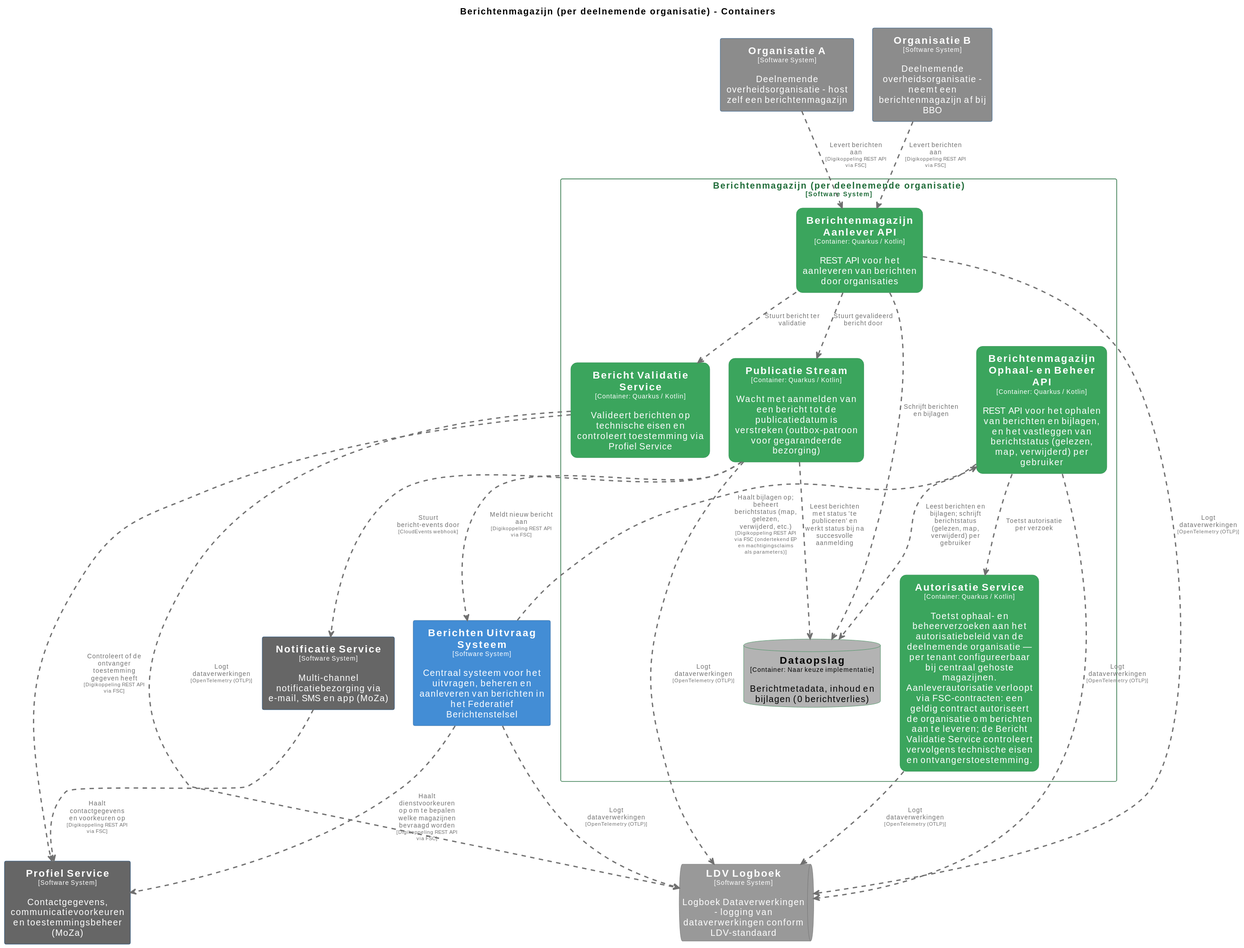
The PlantUML diagram pr-preview/pr-22/master/svg/BerichtenmagazijnContainers.svg in MinBZK/moza-poc-fbs-berichtenbox, before a commit. Its source is kept beside it as pr-preview/pr-22/master/puml/BerichtenmagazijnContainers.puml.
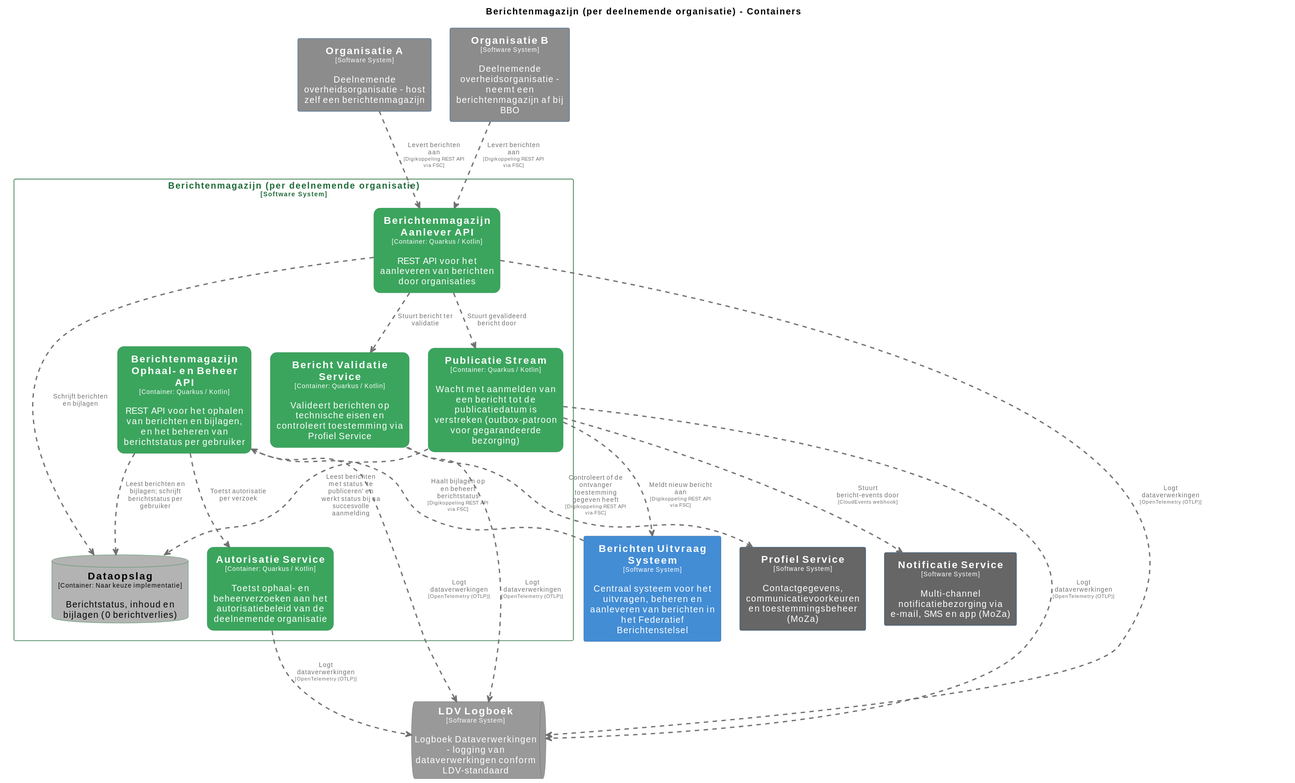
Later version of the same file.

Change to the diagram source:
```diff
@@ -106,32 +106,29 @@
 queue "==LDV Logboek\n<size:10>[Software System]</size>\n\nLogboek Dataverwerkingen - logging van dataverwerkingen conform LDV-standaard" <<LDVLogboek>> as LDVLogboek
 
 rectangle "Berichtenmagazijn (per deelnemende organisatie)\n<size:10>[Software System]</size>" <<Berichtenmagazijnperdeelnemendeorganisatie>> {
-  rectangle "==Berichtenmagazijn Ophaal- en Beheer API\n<size:10>[Container: Quarkus / Kotlin]</size>\n\nREST API voor het ophalen van berichten en bijlagen, en het vastleggen van berichtstatus (gelezen, map, verwijderd) per gebruiker" <<Berichtenmagazijnperdeelnemendeorganisatie.BerichtenmagazijnOphaalenBeheerAPI>> as Berichtenmagazijnperdeelnemendeorganisatie.BerichtenmagazijnOphaalenBeheerAPI
+  rectangle "==Berichtenmagazijn Ophaal- en Beheer API\n<size:10>[Container: Quarkus / Kotlin]</size>\n\nREST API voor het ophalen van berichten en bijlagen, en het beheren van berichtstatus per gebruiker" <<Berichtenmagazijnperdeelnemendeorganisatie.BerichtenmagazijnOphaalenBeheerAPI>> as Berichtenmagazijnperdeelnemendeorganisatie.BerichtenmagazijnOphaalenBeheerAPI
   rectangle "==Berichtenmagazijn Aanlever API\n<size:10>[Container: Quarkus / Kotlin]</size>\n\nREST API voor het aanleveren van berichten door organisaties" <<Berichtenmagazijnperdeelnemendeorganisatie.BerichtenmagazijnAanleverAPI>> as Berichtenmagazijnperdeelnemendeorganisatie.BerichtenmagazijnAanleverAPI
-  database "==Dataopslag\n<size:10>[Container: Naar keuze implementatie]</size>\n\nBerichtmetadata, inhoud en bijlagen (0 berichtverlies)" <<Berichtenmagazijnperdeelnemendeorganisatie.Dataopslag>> as Berichtenmagazijnperdeelnemendeorganisatie.Dataopslag
+  database "==Dataopslag\n<size:10>[Container: Naar keuze implementatie]</size>\n\nBerichtstatus, inhoud en bijlagen (0 berichtverlies)" <<Berichtenmagazijnperdeelnemendeorganisatie.Dataopslag>> as Berichtenmagazijnperdeelnemendeorganisatie.Dataopslag
   rectangle "==Bericht Validatie Service\n<size:10>[Container: Quarkus / Kotlin]</size>\n\nValideert berichten op technische eisen en controleert toestemming via Profiel Service" <<Berichtenmagazijnperdeelnemendeorganisatie.BerichtValidatieService>> as Berichtenmagazijnperdeelnemendeorganisatie.BerichtValidatieService
   rectangle "==Publicatie Stream\n<size:10>[Container: Quarkus / Kotlin]</size>\n\nWacht met aanmelden van een bericht tot de publicatiedatum is verstreken (outbox-patroon voor gegarandeerde bezorging)" <<Berichtenmagazijnperdeelnemendeorganisatie.PublicatieStream>> as Berichtenmagazijnperdeelnemendeorganisatie.PublicatieStream
-  rectangle "==Autorisatie Service\n<size:10>[Container: Quarkus / Kotlin]</size>\n\nToetst ophaal- en beheerverzoeken aan het autorisatiebeleid van de deelnemende organisatie — per tenant configureerbaar bij centraal gehoste magazijnen. Aanleverautorisatie verloopt via FSC-contracten: een geldig contract autoriseert de organisatie om berichten aan te leveren; de Bericht Validatie Service controleert vervolgens technische eisen en ontvangerstoestemming." <<Berichtenmagazijnperdeelnemendeorganisatie.AutorisatieService>> as Berichtenmagazijnperdeelnemendeorganisatie.AutorisatieService
+  rectangle "==Autorisatie Service\n<size:10>[Container: Quarkus / Kotlin]</size>\n\nToetst ophaal- en beheerverzoeken aan het autorisatiebeleid van de deelnemende organisatie" <<Berichtenmagazijnperdeelnemendeorganisatie.AutorisatieService>> as Berichtenmagazijnperdeelnemendeorganisatie.AutorisatieService
 }
 
 OrganisatieA .[#707070,thickness=2].> Berichtenmagazijnperdeelnemendeorganisatie.BerichtenmagazijnAanleverAPI : "<color:#707070>Levert berichten aan\n<color:#707070><size:8>[Digikoppeling REST API via FSC]</size>"
 OrganisatieB .[#707070,thickness=2].> Berichtenmagazijnperdeelnemendeorganisatie.BerichtenmagazijnAanleverAPI : "<color:#707070>Levert berichten aan\n<color:#707070><size:8>[Digikoppeling REST API via FSC]</size>"
 Berichtenmagazijnperdeelnemendeorganisatie.BerichtValidatieService .[#707070,thickness=2].> ProfielService : "<color:#707070>Controleert of de ontvanger toestemming gegeven heeft\n<color:#707070><size:8>[Digikoppeling REST API via FSC]</size>"
-BerichtenUitvraagSysteem .[#707070,thickness=2].> ProfielService : "<color:#707070>Haalt dienstvoorkeuren op om te bepalen welke magazijnen bevraagd worden\n<color:#707070><size:8>[Digikoppeling REST API via FSC]</size>"
 Berichtenmagazijnperdeelnemendeorganisatie.BerichtenmagazijnOphaalenBeheerAPI .[#707070,thickness=2].> LDVLogboek : "<color:#707070>Logt dataverwerkingen\n<color:#707070><size:8>[OpenTelemetry (OTLP)]</size>"
 Berichtenmagazijnperdeelnemendeorganisatie.BerichtenmagazijnAanleverAPI .[#707070,thickness=2].> LDVLogboek : "<color:#707070>Logt dataverwerkingen\n<color:#707070><size:8>[OpenTelemetry (OTLP)]</size>"
 Berichtenmagazijnperdeelnemendeorganisatie.BerichtValidatieService .[#707070,thickness=2].> LDVLogboek : "<color:#707070>Logt dataverwerkingen\n<color:#707070><size:8>[OpenTelemetry (OTLP)]</size>"
-BerichtenUitvraagSysteem .[#707070,thickness=2].> LDVLogboek : "<color:#707070>Logt dataverwerkingen\n<color:#707070><size:8>[OpenTelemetry (OTLP)]</size>"
 Berichtenmagazijnperdeelnemendeorganisatie.AutorisatieService .[#707070,thickness=2].> LDVLogboek : "<color:#707070>Logt dataverwerkingen\n<color:#707070><size:8>[OpenTelemetry (OTLP)]</size>"
 Berichtenmagazijnperdeelnemendeorganisatie.PublicatieStream .[#707070,thickness=2].> LDVLogboek : "<color:#707070>Logt dataverwerkingen\n<color:#707070><size:8>[OpenTelemetry (OTLP)]</size>"
-Berichtenmagazijnperdeelnemendeorganisatie.BerichtenmagazijnOphaalenBeheerAPI .[#707070,thickness=2].> Berichtenmagazijnperdeelnemendeorganisatie.Dataopslag : "<color:#707070>Leest berichten en bijlagen; schrijft berichtstatus (gelezen, map, verwijderd) per gebruiker"
+Berichtenmagazijnperdeelnemendeorganisatie.BerichtenmagazijnOphaalenBeheerAPI .[#707070,thickness=2].> Berichtenmagazijnperdeelnemendeorganisatie.Dataopslag : "<color:#707070>Leest berichten en bijlagen; schrijft berichtstatus per gebruiker"
 Berichtenmagazijnperdeelnemendeorganisatie.BerichtenmagazijnAanleverAPI .[#707070,thickness=2].> Berichtenmagazijnperdeelnemendeorganisatie.Dataopslag : "<color:#707070>Schrijft berichten en bijlagen"
 Berichtenmagazijnperdeelnemendeorganisatie.BerichtenmagazijnAanleverAPI .[#707070,thickness=2].> Berichtenmagazijnperdeelnemendeorganisatie.BerichtValidatieService : "<color:#707070>Stuurt bericht ter validatie"
 Berichtenmagazijnperdeelnemendeorganisatie.BerichtenmagazijnAanleverAPI .[#707070,thickness=2].> Berichtenmagazijnperdeelnemendeorganisatie.PublicatieStream : "<color:#707070>Stuurt gevalideerd bericht door"
 Berichtenmagazijnperdeelnemendeorganisatie.PublicatieStream .[#707070,thickness=2].> Berichtenmagazijnperdeelnemendeorganisatie.Dataopslag : "<color:#707070>Leest berichten met status 'te publiceren' en werkt status bij na succesvolle aanmelding"
 Berichtenmagazijnperdeelnemendeorganisatie.BerichtenmagazijnOphaalenBeheerAPI .[#707070,thickness=2].> Berichtenmagazijnperdeelnemendeorganisatie.AutorisatieService : "<color:#707070>Toetst autorisatie per verzoek"
-BerichtenUitvraagSysteem .[#707070,thickness=2].> Berichtenmagazijnperdeelnemendeorganisatie.BerichtenmagazijnOphaalenBeheerAPI : "<color:#707070>Haalt bijlagen op; beheert berichtstatus (map, gelezen, verwijderd, etc.)\n<color:#707070><size:8>[Digikoppeling REST API via FSC (ondertekend EP en machtigingsclaims als parameters)]</size>"
+BerichtenUitvraagSysteem .[#707070,thickness=2].> Berichtenmagazijnperdeelnemendeorganisatie.BerichtenmagazijnOphaalenBeheerAPI : "<color:#707070>Haalt bijlagen op en beheert berichtstatus\n<color:#707070><size:8>[Digikoppeling REST API via FSC]</size>"
 Berichtenmagazijnperdeelnemendeorganisatie.PublicatieStream .[#707070,thickness=2].> BerichtenUitvraagSysteem : "<color:#707070>Meldt nieuw bericht aan\n<color:#707070><size:8>[Digikoppeling REST API via FSC]</size>"
 Berichtenmagazijnperdeelnemendeorganisatie.PublicatieStream .[#707070,thickness=2].> NotificatieService : "<color:#707070>Stuurt bericht-events door\n<color:#707070><size:8>[CloudEvents webhook]</size>"
-NotificatieService .[#707070,thickness=2].> ProfielService : "<color:#707070>Haalt contactgegevens en voorkeuren op\n<color:#707070><size:8>[Digikoppeling REST API via FSC]</size>"
 @enduml
```
